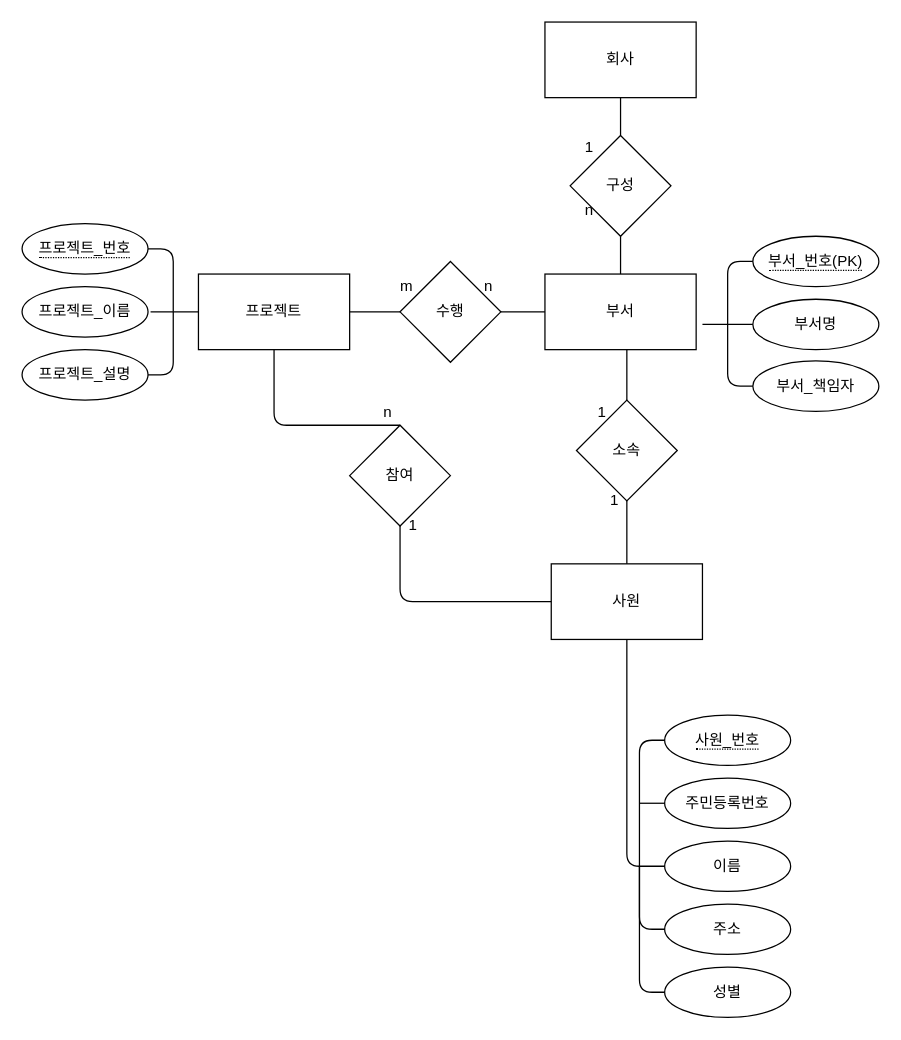
Earlier version of the draw.io diagram page "ER-Diagram" (1 of 3) of Untitled Diagram.drawio (oss0202/erwin). Source tidied: cells renumbered, new cells numbered last; positions are measured from the earlier drawing's top-left corner, leaving out a move shared by most shapes. Both pictures are drawn from the tidied source at 126%, with x=0, y=0 at pixel (21, 21).
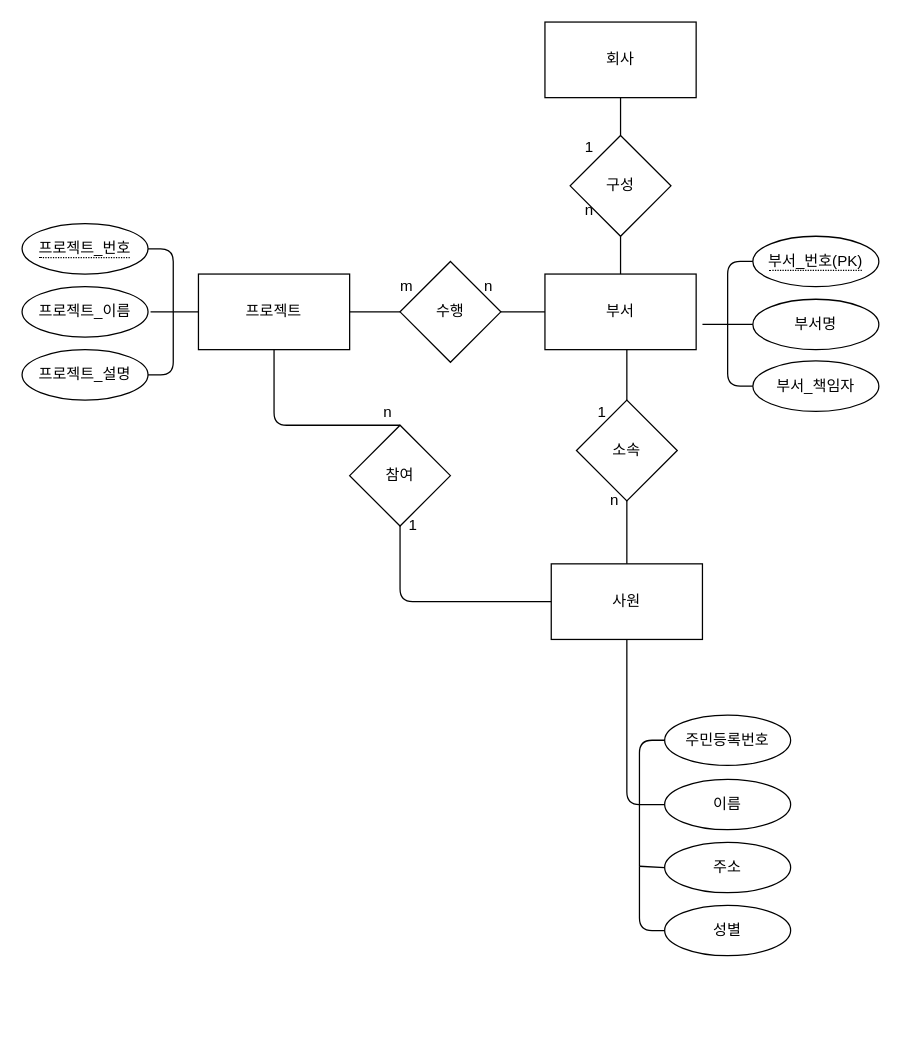
The same diagram, later.

Unchanged cells that the change refers to:
```xml
<mxCell id="15" value="사원" style="rounded=0;whiteSpace=wrap;html=1;" parent="1" vertex="1">
  <mxGeometry x="420" y="430" width="120" height="60" as="geometry" />
</mxCell>
```

What changed in the source:
```diff
@@
-    <mxCell id="21" value="1" style="text;html=1;align=center;verticalAlign=middle;strokeColor=none;" parent="1" vertex="1">
+    <mxCell id="21" value="n" style="text;html=1;align=center;verticalAlign=middle;strokeColor=none;" parent="1" vertex="1">
       <mxGeometry x="460" y="370" width="20" height="20" as="geometry" />
     </mxCell>
@@
-    <mxCell id="32" value="&lt;span style=&quot;border-bottom: 1px dotted&quot;&gt;사원_번호&lt;/span&gt;" style="ellipse;whiteSpace=wrap;html=1;align=center;gradientColor=none;" parent="1" vertex="1">
+    <mxCell id="32" value="주민등록번호" style="ellipse;whiteSpace=wrap;html=1;align=center;gradientColor=none;" parent="1" vertex="1">
       <mxGeometry x="510" y="550" width="100" height="40" as="geometry" />
     </mxCell>
-    <mxCell id="33" value="주민등록번호" style="ellipse;whiteSpace=wrap;html=1;align=center;" parent="1" vertex="1">
-      <mxGeometry x="510" y="600" width="100" height="40" as="geometry" />
-    </mxCell>
     <mxCell id="34" value="이름" style="ellipse;whiteSpace=wrap;html=1;align=center;" parent="1" vertex="1">
-      <mxGeometry x="510" y="650" width="100" height="40" as="geometry" />
+      <mxGeometry x="510" y="601" width="100" height="40" as="geometry" />
     </mxCell>
     <mxCell id="35" value="주소" style="ellipse;whiteSpace=wrap;html=1;align=center;" parent="1" vertex="1">
-      <mxGeometry x="510" y="700" width="100" height="40" as="geometry" />
+      <mxGeometry x="510" y="651" width="100" height="40" as="geometry" />
     </mxCell>
@@
     <mxCell id="42" style="endArrow=none;html=1;entryX=0;entryY=0.5;entryDx=0;entryDy=0;exitX=0.5;exitY=1;exitDx=0;exitDy=0;" parent="1" edge="1" source="15" target="34">
       <mxGeometry relative="1" as="geometry">
         <Array as="points">
-          <mxPoint x="480" y="670" />
+          <mxPoint x="480" y="621" />
         </Array>
       </mxGeometry>
     </mxCell>
@@
-    <mxCell id="44" style="endArrow=none;html=1;exitX=0;exitY=0.5;exitDx=0;exitDy=0;" parent="1" edge="1">
-      <mxGeometry relative="1" as="geometry">
-        <mxPoint x="510" y="620" as="sourcePoint" />
-        <mxPoint x="490" y="620" as="targetPoint" />
-      </mxGeometry>
-    </mxCell>
     <mxCell id="45" style="endArrow=none;html=1;exitX=0;exitY=0.5;exitDx=0;exitDy=0;" parent="1" edge="1" source="35">
       <mxGeometry relative="1" as="geometry">
         <mxPoint x="490" y="670" as="targetPoint" />
-        <Array as="points">
-          <mxPoint x="490" y="720" />
-        </Array>
       </mxGeometry>
     </mxCell>
     <mxCell id="46" value="성별" style="ellipse;whiteSpace=wrap;html=1;align=center;" parent="1" vertex="1">
-      <mxGeometry x="510" y="750" width="100" height="40" as="geometry" />
+      <mxGeometry x="510" y="701" width="100" height="40" as="geometry" />
     </mxCell>
     <mxCell id="47" style="endArrow=none;html=1;exitX=0;exitY=0.5;exitDx=0;exitDy=0;" parent="1" edge="1" source="46">
       <mxGeometry relative="1" as="geometry">
         <mxPoint x="490" y="670" as="targetPoint" />
         <Array as="points">
-          <mxPoint x="490" y="770" />
+          <mxPoint x="490" y="721" />
         </Array>
       </mxGeometry>
     </mxCell>
```
